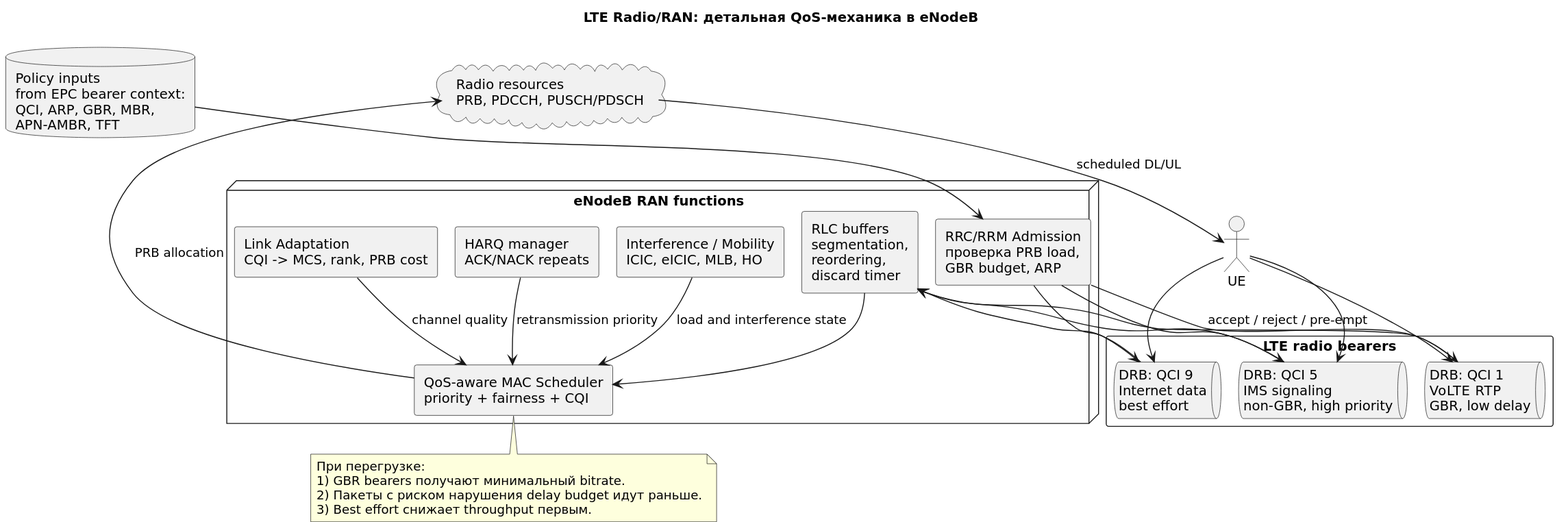
Earlier version of the PlantUML export docs/mobile-network-qos/diagrams/rendered/lte-radio-private.svg (jvbistrue-art/Analitics).
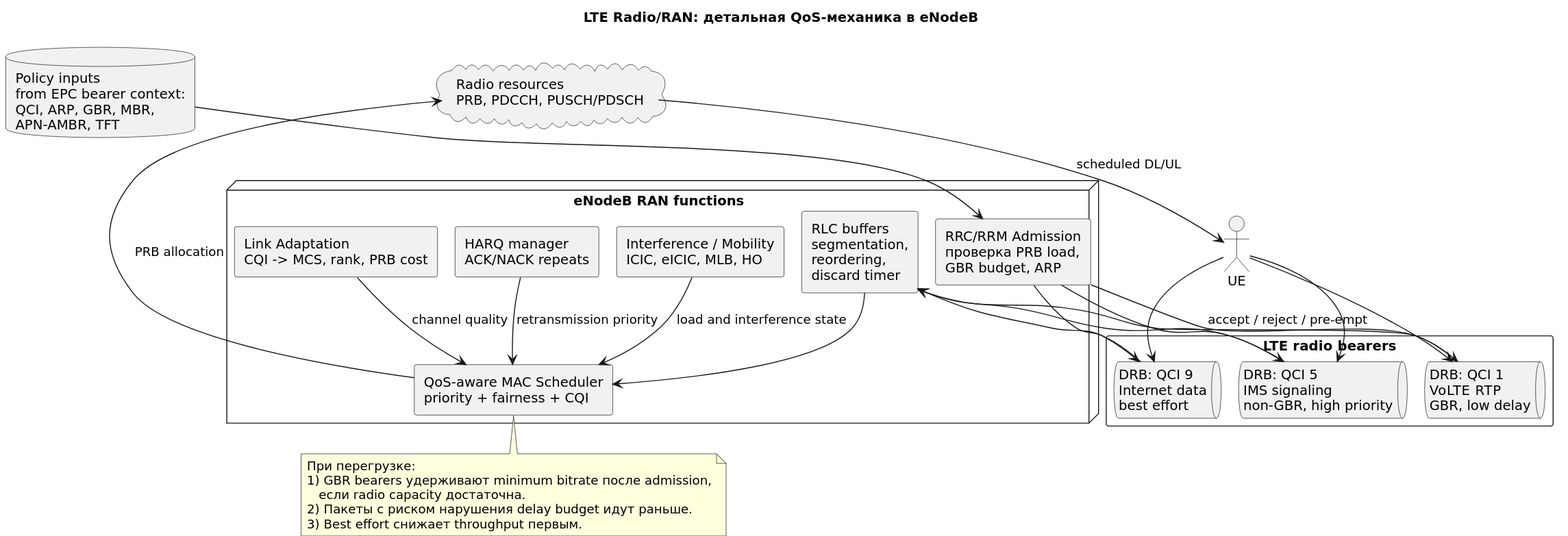
The same diagram one commit later.

What changed in the source:
```diff
@@ -41,7 +41,8 @@
 
 note bottom of SCH
 При перегрузке:
-1) GBR bearers получают минимальный bitrate.
+1) GBR bearers удерживают minimum bitrate после admission,
+   если radio capacity достаточна.
 2) Пакеты с риском нарушения delay budget идут раньше.
 3) Best effort снижает throughput первым.
 end note
```
